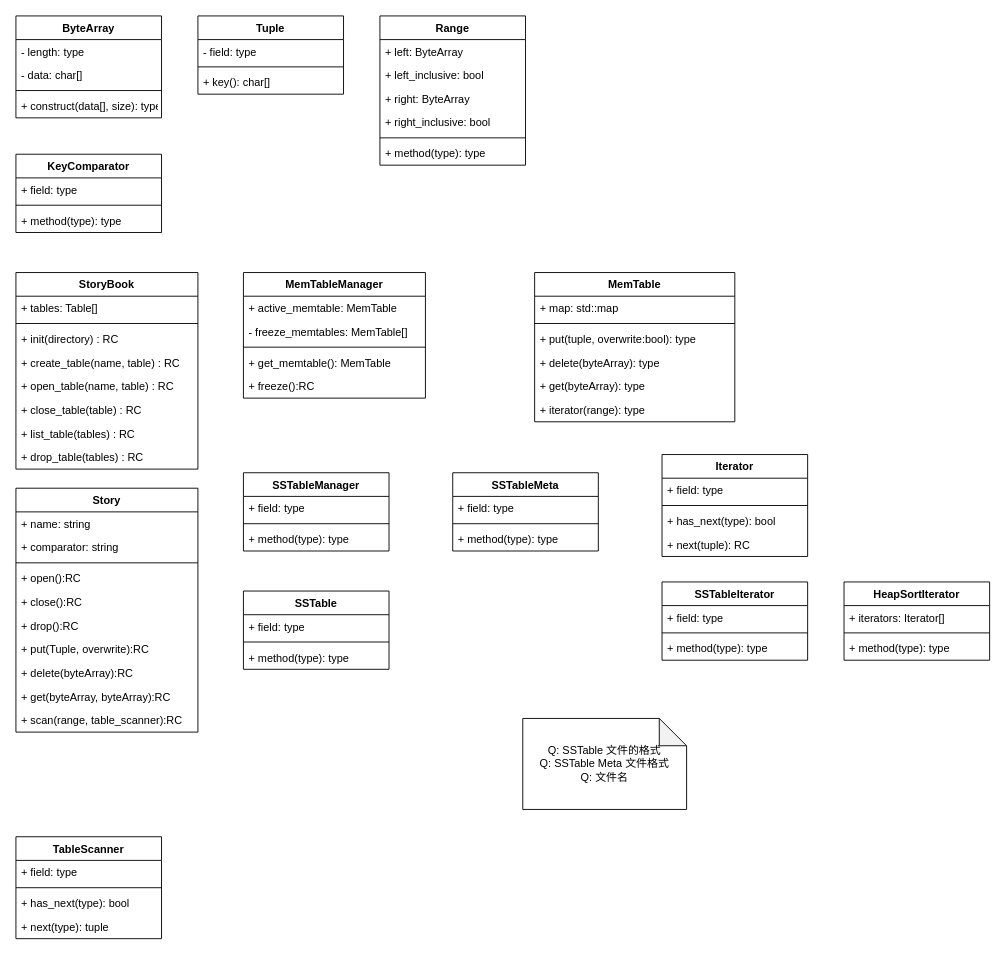
Earlier version of the draw.io diagram page "Page-1" (1 of 3) of Untitled Diagram.drawio (hnwyllmm/notes). Source tidied: cells renumbered, new cells numbered last; positions are measured from the earlier drawing's top-left corner, leaving out a move shared by most shapes. Both pictures are drawn from the tidied source at 91%, with x=0, y=0 at pixel (15, 15).
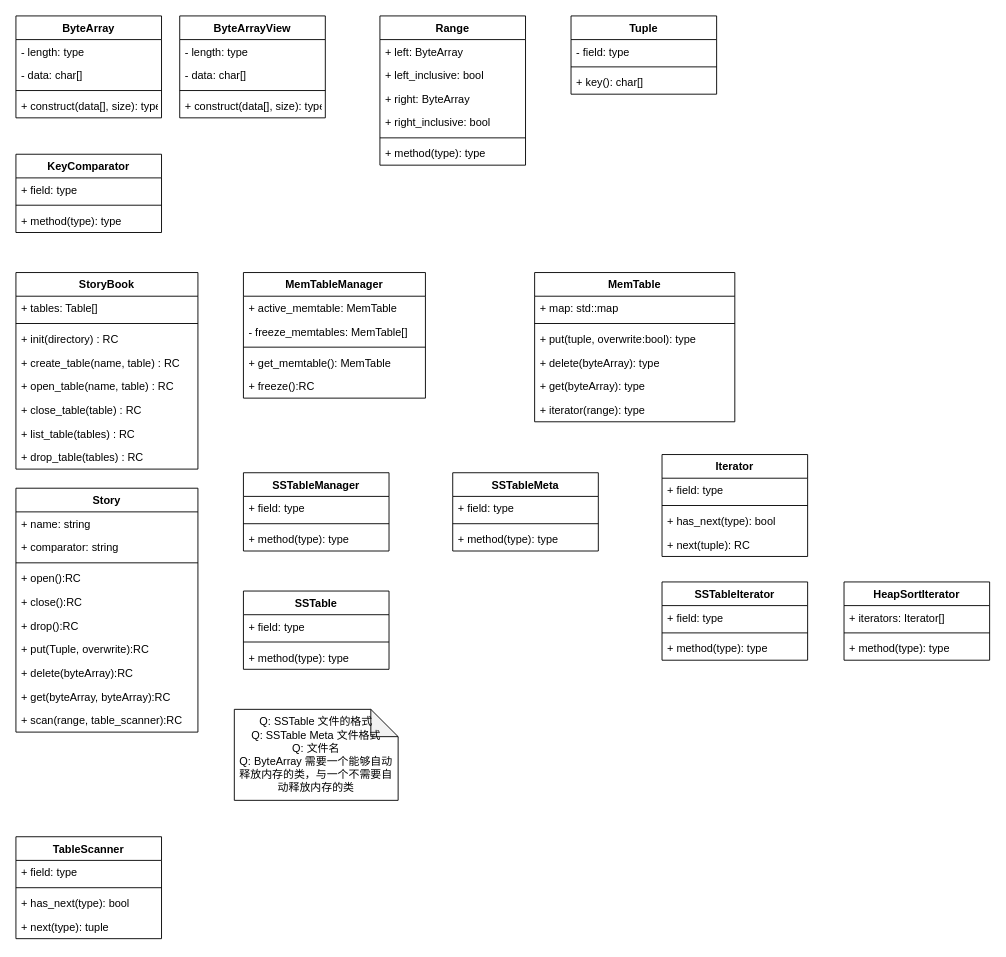
The same diagram, later.

The edit, as a diff of the source:
```diff
@@
     <mxCell id="22" value="Tuple" style="swimlane;fontStyle=1;align=center;verticalAlign=top;horizontal=1;startSize=26;" parent="1" vertex="1">
-      <mxGeometry x="200" width="160" height="86" as="geometry" />
+      <mxGeometry x="610" width="160" height="86" as="geometry" />
     </mxCell>
@@
-    <mxCell id="77" value="Q: SSTable 文件的格式&lt;br&gt;Q: SSTable Meta 文件格式&lt;br&gt;Q: 文件名" style="shape=note;whiteSpace=wrap;html=1;backgroundOutline=1;darkOpacity=0.05;" parent="1" vertex="1">
-      <mxGeometry x="557" y="772" width="180" height="100" as="geometry" />
+    <mxCell id="77" value="Q: SSTable 文件的格式&lt;br&gt;Q: SSTable Meta 文件格式&lt;br&gt;Q: 文件名&lt;br&gt;Q: ByteArray 需要一个能够自动释放内存的类，与一个不需要自动释放内存的类" style="shape=note;whiteSpace=wrap;html=1;backgroundOutline=1;darkOpacity=0.05;" parent="1" vertex="1">
+      <mxGeometry x="240" y="762" width="180" height="100" as="geometry" />
     </mxCell>
@@
+    <mxCell id="86" value="ByteArrayView" style="swimlane;fontStyle=1;align=center;verticalAlign=top;horizontal=1;startSize=26;" parent="1" vertex="1">
+      <mxGeometry x="180" width="160" height="112" as="geometry" />
+    </mxCell>
+    <mxCell id="87" value="- length: type" style="text;strokeColor=none;fillColor=none;align=left;verticalAlign=top;spacingLeft=4;spacingRight=4;overflow=hidden;" parent="86" vertex="1">
+      <mxGeometry y="26" width="160" height="26" as="geometry" />
+    </mxCell>
+    <mxCell id="88" value="- data: char[]" style="text;strokeColor=none;fillColor=none;align=left;verticalAlign=top;spacingLeft=4;spacingRight=4;overflow=hidden;" parent="86" vertex="1">
+      <mxGeometry y="52" width="160" height="26" as="geometry" />
+    </mxCell>
+    <mxCell id="89" style="line;strokeWidth=1;fillColor=none;align=left;verticalAlign=middle;spacingTop=-1;spacingLeft=3;spacingRight=3;labelPosition=right;" parent="86" vertex="1">
+      <mxGeometry y="78" width="160" height="8" as="geometry" />
+    </mxCell>
+    <mxCell id="90" value="+ construct(data[], size): type" style="text;strokeColor=none;fillColor=none;align=left;verticalAlign=top;spacingLeft=4;spacingRight=4;overflow=hidden;" parent="86" vertex="1">
+      <mxGeometry y="86" width="160" height="26" as="geometry" />
+    </mxCell>
```
